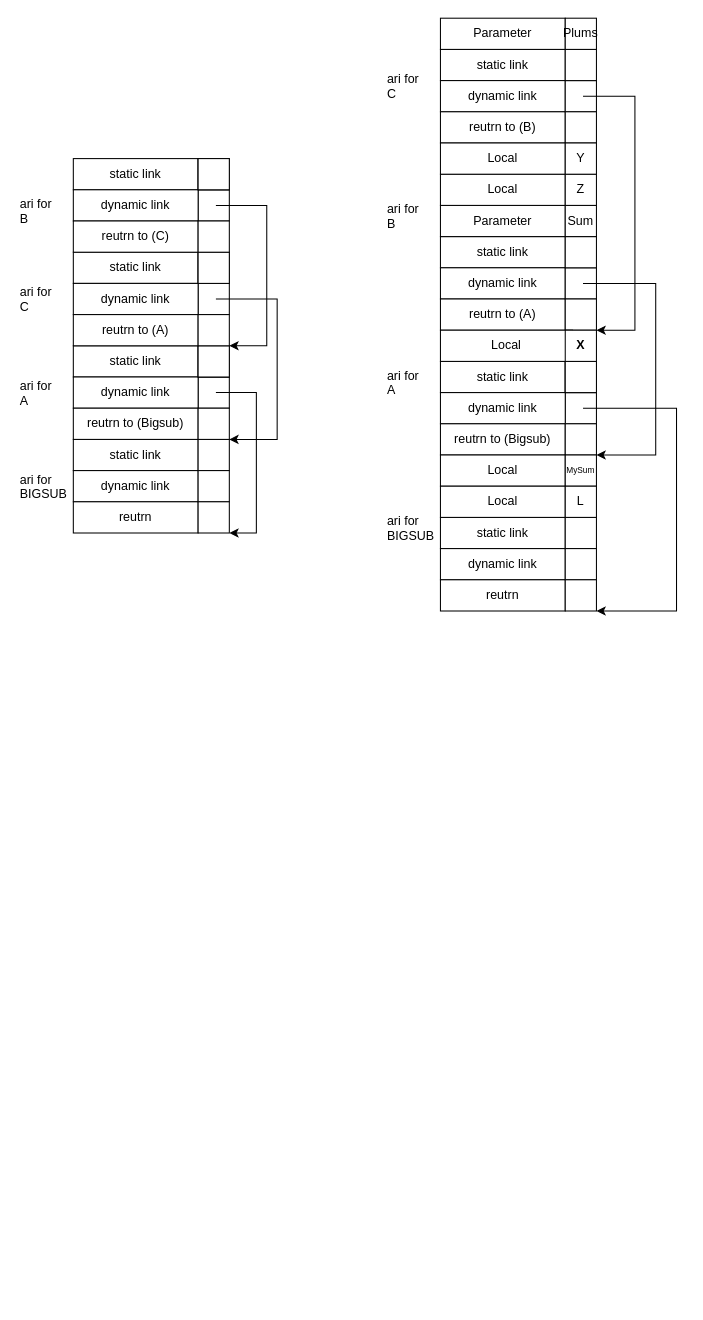
Earlier version of the draw.io diagram stack.drawio (HansenWang983/A-Social-Media-Web-App-with-Microservices). Source tidied: cells renumbered, new cells numbered last; positions are measured from the earlier drawing's top-left corner, leaving out a move shared by most shapes. Both pictures are drawn from the tidied source at 104%, with x=0, y=0 at pixel (18, 18).
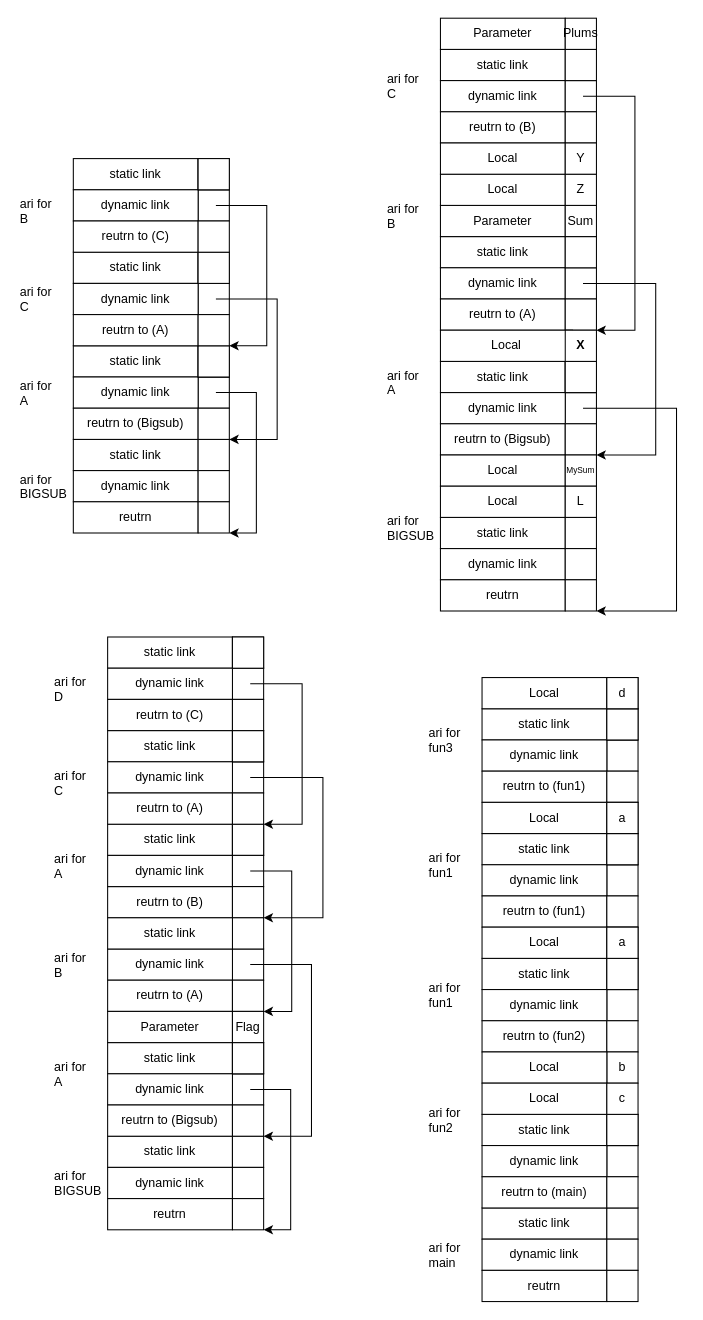
The same page after the edit.

What changed in the source:
```diff
@@
+    <mxCell id="82" value="static link" style="rounded=0;whiteSpace=wrap;html=1;" parent="1" vertex="1">
+      <mxGeometry x="86" y="1075" width="120" height="30" as="geometry" />
+    </mxCell>
+    <mxCell id="83" value="dynamic link" style="rounded=0;whiteSpace=wrap;html=1;" parent="1" vertex="1">
+      <mxGeometry x="86" y="1105" width="120" height="30" as="geometry" />
+    </mxCell>
+    <mxCell id="84" value="reutrn" style="rounded=0;whiteSpace=wrap;html=1;" parent="1" vertex="1">
+      <mxGeometry x="86" y="1135" width="120" height="30" as="geometry" />
+    </mxCell>
+    <mxCell id="85" style="rounded=0;whiteSpace=wrap;html=1;points=[[0,0,0,0,0],[0,0.23,0,0,0],[0,0.5,0,0,0],[0,0.77,0,0,0],[0,1,0,0,0],[0.27,0,0,0,0],[0.27,1,0,0,0],[0.5,0,0,0,0],[0.5,1,0,0,0],[0.57,0.5,0,0,0],[0.77,0,0,0,0],[0.77,1,0,0,0],[1,0,0,0,0],[1,0.27,0,0,0],[1,0.77,0,0,0],[1,1,0,0,0]];" parent="1" vertex="1">
+      <mxGeometry x="206" y="715" width="30" height="30" as="geometry" />
+    </mxCell>
+    <mxCell id="86" style="rounded=0;whiteSpace=wrap;html=1;points=[[0,0,0,0,0],[0,0.23,0,0,0],[0,0.5,0,0,0],[0,0.77,0,0,0],[0,1,0,0,0],[0.27,0,0,0,0],[0.27,1,0,0,0],[0.5,0,0,0,0],[0.5,1,0,0,0],[0.57,0.5,0,0,0],[0.77,0,0,0,0],[0.77,1,0,0,0],[1,0,0,0,0],[1,0.27,0,0,0],[1,0.77,0,0,0],[1,1,0,0,0]];" parent="1" vertex="1">
+      <mxGeometry x="206" y="895" width="30" height="30" as="geometry" />
+    </mxCell>
+    <mxCell id="87" style="rounded=0;whiteSpace=wrap;html=1;points=[[0,0,0,0,0],[0,0.23,0,0,0],[0,0.5,0,0,0],[0,0.77,0,0,0],[0,1,0,0,0],[0.27,0,0,0,0],[0.27,1,0,0,0],[0.5,0,0,0,0],[0.5,1,0,0,0],[0.57,0.5,0,0,0],[0.77,0,0,0,0],[0.77,1,0,0,0],[1,0,0,0,0],[1,0.27,0,0,0],[1,0.77,0,0,0],[1,1,0,0,0]];" parent="1" vertex="1">
+      <mxGeometry x="206" y="1015" width="30" height="30" as="geometry" />
+    </mxCell>
+    <mxCell id="88" style="rounded=0;whiteSpace=wrap;html=1;fontStyle=1;" parent="1" vertex="1">
+      <mxGeometry x="206" y="1075" width="30" height="30" as="geometry" />
+    </mxCell>
+    <mxCell id="89" value="static link" style="rounded=0;whiteSpace=wrap;html=1;" parent="1" vertex="1">
+      <mxGeometry x="86" y="985" width="120" height="30" as="geometry" />
+    </mxCell>
+    <mxCell id="90" value="dynamic link" style="rounded=0;whiteSpace=wrap;html=1;" parent="1" vertex="1">
+      <mxGeometry x="86" y="1015" width="120" height="30" as="geometry" />
+    </mxCell>
+    <mxCell id="91" value="reutrn to (Bigsub)" style="rounded=0;whiteSpace=wrap;html=1;" parent="1" vertex="1">
+      <mxGeometry x="86" y="1045" width="120" height="30" as="geometry" />
+    </mxCell>
+    <mxCell id="92" style="rounded=0;whiteSpace=wrap;html=1;" parent="1" vertex="1">
+      <mxGeometry x="206" y="985" width="30" height="30" as="geometry" />
+    </mxCell>
+    <mxCell id="93" style="rounded=0;whiteSpace=wrap;html=1;" parent="1" vertex="1">
+      <mxGeometry x="206" y="985" width="30" height="30" as="geometry" />
+    </mxCell>
+    <mxCell id="94" style="edgeStyle=orthogonalEdgeStyle;rounded=0;jettySize=auto;html=1;exitX=0.57;exitY=0.5;exitDx=0;exitDy=0;exitPerimeter=0;entryX=1;entryY=1;entryDx=0;entryDy=0;entryPerimeter=0;" parent="1" edge="1" source="87" target="109">
+      <mxGeometry relative="1" as="geometry">
+        <Array as="points">
+          <mxPoint x="262" y="1030" />
+          <mxPoint x="262" y="1165" />
+        </Array>
+      </mxGeometry>
+    </mxCell>
+    <mxCell id="95" style="rounded=0;whiteSpace=wrap;html=1;points=[[0,0,0,0,0],[0,0.23,0,0,0],[0,0.5,0,0,0],[0,0.77,0,0,0],[0,1,0,0,0],[0.27,0,0,0,0],[0.27,1,0,0,0],[0.5,0,0,0,0],[0.5,1,0,0,0],[0.57,0.5,0,0,0],[0.77,0,0,0,0],[0.77,1,0,0,0],[1,0,0,0,0],[1,0.27,0,0,0],[1,0.77,0,0,0],[1,1,0,0,0]];fontStyle=1;" parent="1" vertex="1">
+      <mxGeometry x="206" y="1045" width="30" height="30" as="geometry" />
+    </mxCell>
+    <mxCell id="96" value="static link" style="rounded=0;whiteSpace=wrap;html=1;" parent="1" vertex="1">
+      <mxGeometry x="86" y="775" width="120" height="30" as="geometry" />
+    </mxCell>
+    <mxCell id="97" value="dynamic link" style="rounded=0;whiteSpace=wrap;html=1;" parent="1" vertex="1">
+      <mxGeometry x="86" y="895" width="120" height="30" as="geometry" />
+    </mxCell>
+    <mxCell id="98" value="reutrn to (A)" style="rounded=0;whiteSpace=wrap;html=1;" parent="1" vertex="1">
+      <mxGeometry x="86" y="925" width="120" height="30" as="geometry" />
+    </mxCell>
+    <mxCell id="99" style="rounded=0;whiteSpace=wrap;html=1;" parent="1" vertex="1">
+      <mxGeometry x="206" y="775" width="30" height="30" as="geometry" />
+    </mxCell>
+    <mxCell id="100" style="rounded=0;whiteSpace=wrap;html=1;" parent="1" vertex="1">
+      <mxGeometry x="206" y="775" width="30" height="30" as="geometry" />
+    </mxCell>
+    <mxCell id="101" style="rounded=0;whiteSpace=wrap;html=1;points=[[0,0,0,0,0],[0,0.23,0,0,0],[0,0.5,0,0,0],[0,0.77,0,0,0],[0,1,0,0,0],[0.27,0,0,0,0],[0.27,1,0,0,0],[0.5,0,0,0,0],[0.5,1,0,0,0],[0.57,0.5,0,0,0],[0.77,0,0,0,0],[0.77,1,0,0,0],[1,0,0,0,0],[1,0.27,0,0,0],[1,0.77,0,0,0],[1,1,0,0,0]];fontStyle=1;" parent="1" vertex="1">
+      <mxGeometry x="206" y="925" width="30" height="30" as="geometry" />
+    </mxCell>
+    <mxCell id="102" value="static link" style="rounded=0;whiteSpace=wrap;html=1;" parent="1" vertex="1">
+      <mxGeometry x="86" y="685" width="120" height="30" as="geometry" />
+    </mxCell>
+    <mxCell id="103" value="dynamic link" style="rounded=0;whiteSpace=wrap;html=1;" parent="1" vertex="1">
+      <mxGeometry x="86" y="715" width="120" height="30" as="geometry" />
+    </mxCell>
+    <mxCell id="104" value="reutrn to (A)" style="rounded=0;whiteSpace=wrap;html=1;" parent="1" vertex="1">
+      <mxGeometry x="86" y="745" width="120" height="30" as="geometry" />
+    </mxCell>
+    <mxCell id="105" style="rounded=0;whiteSpace=wrap;html=1;" parent="1" vertex="1">
+      <mxGeometry x="206" y="685" width="30" height="30" as="geometry" />
+    </mxCell>
+    <mxCell id="106" style="rounded=0;whiteSpace=wrap;html=1;" parent="1" vertex="1">
+      <mxGeometry x="206" y="685" width="30" height="30" as="geometry" />
+    </mxCell>
+    <mxCell id="107" style="rounded=0;whiteSpace=wrap;html=1;points=[[0,0,0,0,0],[0,0.23,0,0,0],[0,0.5,0,0,0],[0,0.77,0,0,0],[0,1,0,0,0],[0.27,0,0,0,0],[0.27,1,0,0,0],[0.5,0,0,0,0],[0.5,1,0,0,0],[0.57,0.5,0,0,0],[0.77,0,0,0,0],[0.77,1,0,0,0],[1,0,0,0,0],[1,0.27,0,0,0],[1,0.77,0,0,0],[1,1,0,0,0]];fontStyle=1;" parent="1" vertex="1">
+      <mxGeometry x="206" y="745" width="30" height="30" as="geometry" />
+    </mxCell>
+    <mxCell id="108" style="rounded=0;whiteSpace=wrap;html=1;fontStyle=1;" parent="1" vertex="1">
+      <mxGeometry x="206" y="1105" width="30" height="30" as="geometry" />
+    </mxCell>
+    <mxCell id="109" style="rounded=0;whiteSpace=wrap;html=1;points=[[0,0,0,0,0],[0,0.23,0,0,0],[0,0.5,0,0,0],[0,0.77,0,0,0],[0,1,0,0,0],[0.27,0,0,0,0],[0.27,1,0,0,0],[0.5,0,0,0,0],[0.5,1,0,0,0],[0.57,0.5,0,0,0],[0.77,0,0,0,0],[0.77,1,0,0,0],[1,0,0,0,0],[1,0.27,0,0,0],[1,0.77,0,0,0],[1,1,0,0,0]];fontStyle=1;" parent="1" vertex="1">
+      <mxGeometry x="206" y="1135" width="30" height="30" as="geometry" />
+    </mxCell>
+    <mxCell id="110" value="ari for&#10;BIGSUB" style="text;whiteSpace=wrap;html=1;" parent="1" vertex="1">
+      <mxGeometry x="33" y="1100" width="70" height="40" as="geometry" />
+    </mxCell>
+    <mxCell id="111" value="ari for&lt;br&gt;A" style="text;whiteSpace=wrap;html=1;" parent="1" vertex="1">
+      <mxGeometry x="33" y="995" width="70" height="40" as="geometry" />
+    </mxCell>
+    <mxCell id="112" value="ari for&lt;br&gt;B" style="text;whiteSpace=wrap;html=1;" parent="1" vertex="1">
+      <mxGeometry x="33" y="890" width="70" height="40" as="geometry" />
+    </mxCell>
+    <mxCell id="113" value="ari for&lt;br&gt;C" style="text;whiteSpace=wrap;html=1;" parent="1" vertex="1">
+      <mxGeometry x="33" y="715" width="70" height="40" as="geometry" />
+    </mxCell>
+    <mxCell id="114" value="Parameter" style="rounded=0;whiteSpace=wrap;html=1;" parent="1" vertex="1">
+      <mxGeometry x="86" y="955" width="120" height="30" as="geometry" />
+    </mxCell>
+    <mxCell id="115" value="&lt;span style=&quot;font-weight: 400&quot;&gt;Flag&lt;/span&gt;" style="rounded=0;whiteSpace=wrap;html=1;fontStyle=1;" parent="1" vertex="1">
+      <mxGeometry x="206" y="955" width="30" height="30" as="geometry" />
+    </mxCell>
+    <mxCell id="116" style="rounded=0;whiteSpace=wrap;html=1;points=[[0,0,0,0,0],[0,0.23,0,0,0],[0,0.5,0,0,0],[0,0.77,0,0,0],[0,1,0,0,0],[0.27,0,0,0,0],[0.27,1,0,0,0],[0.5,0,0,0,0],[0.5,1,0,0,0],[0.57,0.5,0,0,0],[0.77,0,0,0,0],[0.77,1,0,0,0],[1,0,0,0,0],[1,0.27,0,0,0],[1,0.77,0,0,0],[1,1,0,0,0]];" parent="1" vertex="1">
+      <mxGeometry x="206" y="625" width="30" height="30" as="geometry" />
+    </mxCell>
+    <mxCell id="117" value="static link" style="rounded=0;whiteSpace=wrap;html=1;" parent="1" vertex="1">
+      <mxGeometry x="86" y="595" width="120" height="30" as="geometry" />
+    </mxCell>
+    <mxCell id="118" value="dynamic link" style="rounded=0;whiteSpace=wrap;html=1;" parent="1" vertex="1">
+      <mxGeometry x="86" y="625" width="120" height="30" as="geometry" />
+    </mxCell>
+    <mxCell id="119" value="reutrn to (C)" style="rounded=0;whiteSpace=wrap;html=1;" parent="1" vertex="1">
+      <mxGeometry x="86" y="655" width="120" height="30" as="geometry" />
+    </mxCell>
+    <mxCell id="120" style="rounded=0;whiteSpace=wrap;html=1;" parent="1" vertex="1">
+      <mxGeometry x="206" y="595" width="30" height="30" as="geometry" />
+    </mxCell>
+    <mxCell id="121" style="rounded=0;whiteSpace=wrap;html=1;" parent="1" vertex="1">
+      <mxGeometry x="206" y="595" width="30" height="30" as="geometry" />
+    </mxCell>
+    <mxCell id="122" style="rounded=0;whiteSpace=wrap;html=1;fontStyle=1;" parent="1" vertex="1">
+      <mxGeometry x="206" y="655" width="30" height="30" as="geometry" />
+    </mxCell>
+    <mxCell id="123" value="ari for&lt;br&gt;D" style="text;whiteSpace=wrap;html=1;" parent="1" vertex="1">
+      <mxGeometry x="33" y="625" width="70" height="40" as="geometry" />
+    </mxCell>
+    <mxCell id="124" style="edgeStyle=orthogonalEdgeStyle;rounded=0;jettySize=auto;html=1;exitX=0.57;exitY=0.5;exitDx=0;exitDy=0;exitPerimeter=0;entryX=1;entryY=1;entryDx=0;entryDy=0;entryPerimeter=0;" parent="1" edge="1" source="86" target="95">
+      <mxGeometry relative="1" as="geometry">
+        <Array as="points">
+          <mxPoint x="282" y="910" />
+          <mxPoint x="282" y="1075" />
+        </Array>
+      </mxGeometry>
+    </mxCell>
+    <mxCell id="125" style="edgeStyle=orthogonalEdgeStyle;rounded=0;jettySize=auto;html=1;exitX=0.57;exitY=0.5;exitDx=0;exitDy=0;exitPerimeter=0;entryX=1;entryY=1;entryDx=0;entryDy=0;entryPerimeter=0;fontSize=8;" parent="1" edge="1" source="116" target="107">
+      <mxGeometry relative="1" as="geometry">
+        <Array as="points">
+          <mxPoint x="273" y="640" />
+          <mxPoint x="273" y="775" />
+        </Array>
+      </mxGeometry>
+    </mxCell>
+    <mxCell id="126" value="reutrn to (B)" style="rounded=0;whiteSpace=wrap;html=1;" parent="1" vertex="1">
+      <mxGeometry x="86" y="835" width="120" height="30" as="geometry" />
+    </mxCell>
+    <mxCell id="127" value="dynamic link" style="rounded=0;whiteSpace=wrap;html=1;" parent="1" vertex="1">
+      <mxGeometry x="86" y="805" width="120" height="30" as="geometry" />
+    </mxCell>
+    <mxCell id="128" style="rounded=0;whiteSpace=wrap;html=1;points=[[0,0,0,0,0],[0,0.23,0,0,0],[0,0.5,0,0,0],[0,0.77,0,0,0],[0,1,0,0,0],[0.27,0,0,0,0],[0.27,1,0,0,0],[0.5,0,0,0,0],[0.5,1,0,0,0],[0.57,0.5,0,0,0],[0.77,0,0,0,0],[0.77,1,0,0,0],[1,0,0,0,0],[1,0.27,0,0,0],[1,0.77,0,0,0],[1,1,0,0,0]];" parent="1" vertex="1">
+      <mxGeometry x="206" y="805" width="30" height="30" as="geometry" />
+    </mxCell>
+    <mxCell id="129" style="rounded=0;whiteSpace=wrap;html=1;fontStyle=1;" parent="1" vertex="1">
+      <mxGeometry x="206" y="835" width="30" height="30" as="geometry" />
+    </mxCell>
+    <mxCell id="130" style="rounded=0;whiteSpace=wrap;html=1;points=[[0,0,0,0,0],[0,0.23,0,0,0],[0,0.5,0,0,0],[0,0.77,0,0,0],[0,1,0,0,0],[0.27,0,0,0,0],[0.27,1,0,0,0],[0.5,0,0,0,0],[0.5,1,0,0,0],[0.57,0.5,0,0,0],[0.77,0,0,0,0],[0.77,1,0,0,0],[1,0,0,0,0],[1,0.27,0,0,0],[1,0.77,0,0,0],[1,1,0,0,0]];" parent="1" vertex="1">
+      <mxGeometry x="206" y="865" width="30" height="30" as="geometry" />
+    </mxCell>
+    <mxCell id="131" value="static link" style="rounded=0;whiteSpace=wrap;html=1;" parent="1" vertex="1">
+      <mxGeometry x="86" y="865" width="120" height="30" as="geometry" />
+    </mxCell>
+    <mxCell id="132" value="ari for&lt;br&gt;A" style="text;whiteSpace=wrap;html=1;" parent="1" vertex="1">
+      <mxGeometry x="33" y="795" width="70" height="40" as="geometry" />
+    </mxCell>
+    <mxCell id="133" style="edgeStyle=orthogonalEdgeStyle;rounded=0;jettySize=auto;html=1;exitX=0.57;exitY=0.5;exitDx=0;exitDy=0;exitPerimeter=0;entryX=1;entryY=0;entryDx=0;entryDy=0;entryPerimeter=0;" parent="1" edge="1" source="85" target="130">
+      <mxGeometry relative="1" as="geometry">
+        <Array as="points">
+          <mxPoint x="293" y="730" />
+          <mxPoint x="293" y="865" />
+        </Array>
+      </mxGeometry>
+    </mxCell>
+    <mxCell id="134" style="edgeStyle=orthogonalEdgeStyle;rounded=0;jettySize=auto;html=1;exitX=0.57;exitY=0.5;exitDx=0;exitDy=0;exitPerimeter=0;entryX=1;entryY=1;entryDx=0;entryDy=0;entryPerimeter=0;fontSize=8;" parent="1" edge="1" source="128" target="101">
+      <mxGeometry relative="1" as="geometry">
+        <Array as="points">
+          <mxPoint x="263" y="820" />
+          <mxPoint x="263" y="955" />
+        </Array>
+      </mxGeometry>
+    </mxCell>
+    <mxCell id="135" value="static link" style="rounded=0;whiteSpace=wrap;html=1;" parent="1" vertex="1">
+      <mxGeometry x="446" y="1144" width="120" height="30" as="geometry" />
+    </mxCell>
+    <mxCell id="136" value="dynamic link" style="rounded=0;whiteSpace=wrap;html=1;" parent="1" vertex="1">
+      <mxGeometry x="446" y="1174" width="120" height="30" as="geometry" />
+    </mxCell>
+    <mxCell id="137" value="reutrn" style="rounded=0;whiteSpace=wrap;html=1;" parent="1" vertex="1">
+      <mxGeometry x="446" y="1204" width="120" height="30" as="geometry" />
+    </mxCell>
+    <mxCell id="138" style="rounded=0;whiteSpace=wrap;html=1;" parent="1" vertex="1">
+      <mxGeometry x="566" y="814" width="30" height="30" as="geometry" />
+    </mxCell>
+    <mxCell id="139" style="rounded=0;whiteSpace=wrap;html=1;" parent="1" vertex="1">
+      <mxGeometry x="566" y="934" width="30" height="30" as="geometry" />
+    </mxCell>
+    <mxCell id="140" style="rounded=0;whiteSpace=wrap;html=1;" parent="1" vertex="1">
+      <mxGeometry x="566" y="1084" width="30" height="30" as="geometry" />
+    </mxCell>
+    <mxCell id="141" style="rounded=0;whiteSpace=wrap;html=1;fontStyle=1;" parent="1" vertex="1">
+      <mxGeometry x="566" y="1144" width="30" height="30" as="geometry" />
+    </mxCell>
+    <mxCell id="142" value="static link" style="rounded=0;whiteSpace=wrap;html=1;" parent="1" vertex="1">
+      <mxGeometry x="446" y="1054" width="120" height="30" as="geometry" />
+    </mxCell>
+    <mxCell id="143" value="dynamic link" style="rounded=0;whiteSpace=wrap;html=1;" parent="1" vertex="1">
+      <mxGeometry x="446" y="1084" width="120" height="30" as="geometry" />
+    </mxCell>
+    <mxCell id="144" value="reutrn to (main)" style="rounded=0;whiteSpace=wrap;html=1;" parent="1" vertex="1">
+      <mxGeometry x="446" y="1114" width="120" height="30" as="geometry" />
+    </mxCell>
+    <mxCell id="145" style="rounded=0;whiteSpace=wrap;html=1;" parent="1" vertex="1">
+      <mxGeometry x="566" y="1054" width="30" height="30" as="geometry" />
+    </mxCell>
+    <mxCell id="146" style="rounded=0;whiteSpace=wrap;html=1;" parent="1" vertex="1">
+      <mxGeometry x="566" y="1054" width="30" height="30" as="geometry" />
+    </mxCell>
+    <mxCell id="147" style="rounded=0;whiteSpace=wrap;html=1;fontStyle=1;" parent="1" vertex="1">
+      <mxGeometry x="566" y="1114" width="30" height="30" as="geometry" />
+    </mxCell>
+    <mxCell id="148" value="static link" style="rounded=0;whiteSpace=wrap;html=1;" parent="1" vertex="1">
+      <mxGeometry x="446" y="904" width="120" height="30" as="geometry" />
+    </mxCell>
+    <mxCell id="149" value="dynamic link" style="rounded=0;whiteSpace=wrap;html=1;" parent="1" vertex="1">
+      <mxGeometry x="446" y="934" width="120" height="30" as="geometry" />
+    </mxCell>
+    <mxCell id="150" value="reutrn to (fun2)" style="rounded=0;whiteSpace=wrap;html=1;" parent="1" vertex="1">
+      <mxGeometry x="446" y="964" width="120" height="30" as="geometry" />
+    </mxCell>
+    <mxCell id="151" style="rounded=0;whiteSpace=wrap;html=1;" parent="1" vertex="1">
+      <mxGeometry x="566" y="904" width="30" height="30" as="geometry" />
+    </mxCell>
+    <mxCell id="152" style="rounded=0;whiteSpace=wrap;html=1;" parent="1" vertex="1">
+      <mxGeometry x="566" y="904" width="30" height="30" as="geometry" />
+    </mxCell>
+    <mxCell id="153" style="rounded=0;whiteSpace=wrap;html=1;fontStyle=1;" parent="1" vertex="1">
+      <mxGeometry x="566" y="964" width="30" height="30" as="geometry" />
+    </mxCell>
+    <mxCell id="154" value="static link" style="rounded=0;whiteSpace=wrap;html=1;" parent="1" vertex="1">
+      <mxGeometry x="446" y="784" width="120" height="30" as="geometry" />
+    </mxCell>
+    <mxCell id="155" value="dynamic link" style="rounded=0;whiteSpace=wrap;html=1;" parent="1" vertex="1">
+      <mxGeometry x="446" y="814" width="120" height="30" as="geometry" />
+    </mxCell>
+    <mxCell id="156" value="reutrn to (fun1)" style="rounded=0;whiteSpace=wrap;html=1;" parent="1" vertex="1">
+      <mxGeometry x="446" y="844" width="120" height="30" as="geometry" />
+    </mxCell>
+    <mxCell id="157" style="rounded=0;whiteSpace=wrap;html=1;" parent="1" vertex="1">
+      <mxGeometry x="566" y="784" width="30" height="30" as="geometry" />
+    </mxCell>
+    <mxCell id="158" style="rounded=0;whiteSpace=wrap;html=1;" parent="1" vertex="1">
+      <mxGeometry x="566" y="784" width="30" height="30" as="geometry" />
+    </mxCell>
+    <mxCell id="159" style="rounded=0;whiteSpace=wrap;html=1;fontStyle=1;" parent="1" vertex="1">
+      <mxGeometry x="566" y="844" width="30" height="30" as="geometry" />
+    </mxCell>
+    <mxCell id="160" style="rounded=0;whiteSpace=wrap;html=1;fontStyle=1;" parent="1" vertex="1">
+      <mxGeometry x="566" y="1174" width="30" height="30" as="geometry" />
+    </mxCell>
+    <mxCell id="161" style="rounded=0;whiteSpace=wrap;html=1;fontStyle=1;" parent="1" vertex="1">
+      <mxGeometry x="566" y="1204" width="30" height="30" as="geometry" />
+    </mxCell>
+    <mxCell id="162" value="ari for&lt;br&gt;main" style="text;whiteSpace=wrap;html=1;" parent="1" vertex="1">
+      <mxGeometry x="393" y="1169" width="70" height="40" as="geometry" />
+    </mxCell>
+    <mxCell id="163" value="ari for&lt;br&gt;fun2" style="text;whiteSpace=wrap;html=1;" parent="1" vertex="1">
+      <mxGeometry x="393" y="1039" width="70" height="40" as="geometry" />
+    </mxCell>
+    <mxCell id="164" value="ari for&lt;br&gt;fun1" style="text;whiteSpace=wrap;html=1;" parent="1" vertex="1">
+      <mxGeometry x="393" y="919" width="70" height="40" as="geometry" />
+    </mxCell>
+    <mxCell id="165" value="ari for&lt;br&gt;fun1" style="text;whiteSpace=wrap;html=1;" parent="1" vertex="1">
+      <mxGeometry x="393" y="794" width="70" height="40" as="geometry" />
+    </mxCell>
+    <mxCell id="166" style="rounded=0;whiteSpace=wrap;html=1;" parent="1" vertex="1">
+      <mxGeometry x="566" y="694" width="30" height="30" as="geometry" />
+    </mxCell>
+    <mxCell id="167" value="static link" style="rounded=0;whiteSpace=wrap;html=1;" parent="1" vertex="1">
+      <mxGeometry x="446" y="664" width="120" height="30" as="geometry" />
+    </mxCell>
+    <mxCell id="168" value="dynamic link" style="rounded=0;whiteSpace=wrap;html=1;" parent="1" vertex="1">
+      <mxGeometry x="446" y="694" width="120" height="30" as="geometry" />
+    </mxCell>
+    <mxCell id="169" value="reutrn to (fun1)" style="rounded=0;whiteSpace=wrap;html=1;" parent="1" vertex="1">
+      <mxGeometry x="446" y="724" width="120" height="30" as="geometry" />
+    </mxCell>
+    <mxCell id="170" style="rounded=0;whiteSpace=wrap;html=1;" parent="1" vertex="1">
+      <mxGeometry x="566" y="664" width="30" height="30" as="geometry" />
+    </mxCell>
+    <mxCell id="171" style="rounded=0;whiteSpace=wrap;html=1;" parent="1" vertex="1">
+      <mxGeometry x="566" y="664" width="30" height="30" as="geometry" />
+    </mxCell>
+    <mxCell id="172" style="rounded=0;whiteSpace=wrap;html=1;fontStyle=1;" parent="1" vertex="1">
+      <mxGeometry x="566" y="724" width="30" height="30" as="geometry" />
+    </mxCell>
+    <mxCell id="173" value="ari for&lt;br&gt;fun3" style="text;whiteSpace=wrap;html=1;" parent="1" vertex="1">
+      <mxGeometry x="393" y="674" width="70" height="40" as="geometry" />
+    </mxCell>
+    <mxCell id="174" value="b" style="rounded=0;whiteSpace=wrap;html=1;" parent="1" vertex="1">
+      <mxGeometry x="566" y="994" width="30" height="30" as="geometry" />
+    </mxCell>
+    <mxCell id="175" value="Local" style="rounded=0;whiteSpace=wrap;html=1;" parent="1" vertex="1">
+      <mxGeometry x="446" y="994" width="120" height="30" as="geometry" />
+    </mxCell>
+    <mxCell id="176" value="Local" style="rounded=0;whiteSpace=wrap;html=1;" parent="1" vertex="1">
+      <mxGeometry x="446" y="1024" width="120" height="30" as="geometry" />
+    </mxCell>
+    <mxCell id="177" value="c" style="rounded=0;whiteSpace=wrap;html=1;fontStyle=0;" parent="1" vertex="1">
+      <mxGeometry x="566" y="1024" width="30" height="30" as="geometry" />
+    </mxCell>
+    <mxCell id="178" value="Local" style="rounded=0;whiteSpace=wrap;html=1;" parent="1" vertex="1">
+      <mxGeometry x="446" y="874" width="120" height="30" as="geometry" />
+    </mxCell>
+    <mxCell id="179" style="rounded=0;whiteSpace=wrap;html=1;" parent="1" vertex="1">
+      <mxGeometry x="566" y="874" width="30" height="30" as="geometry" />
+    </mxCell>
+    <mxCell id="180" value="a" style="rounded=0;whiteSpace=wrap;html=1;" parent="1" vertex="1">
+      <mxGeometry x="566" y="874" width="30" height="30" as="geometry" />
+    </mxCell>
+    <mxCell id="181" value="Local" style="rounded=0;whiteSpace=wrap;html=1;" parent="1" vertex="1">
+      <mxGeometry x="446" y="754" width="120" height="30" as="geometry" />
+    </mxCell>
+    <mxCell id="182" style="rounded=0;whiteSpace=wrap;html=1;" parent="1" vertex="1">
+      <mxGeometry x="566" y="754" width="30" height="30" as="geometry" />
+    </mxCell>
+    <mxCell id="183" value="a" style="rounded=0;whiteSpace=wrap;html=1;" parent="1" vertex="1">
+      <mxGeometry x="566" y="754" width="30" height="30" as="geometry" />
+    </mxCell>
+    <mxCell id="184" value="Local" style="rounded=0;whiteSpace=wrap;html=1;" parent="1" vertex="1">
+      <mxGeometry x="446" y="634" width="120" height="30" as="geometry" />
+    </mxCell>
+    <mxCell id="185" style="rounded=0;whiteSpace=wrap;html=1;" parent="1" vertex="1">
+      <mxGeometry x="566" y="634" width="30" height="30" as="geometry" />
+    </mxCell>
+    <mxCell id="186" value="d" style="rounded=0;whiteSpace=wrap;html=1;" parent="1" vertex="1">
+      <mxGeometry x="566" y="634" width="30" height="30" as="geometry" />
+    </mxCell>
```
